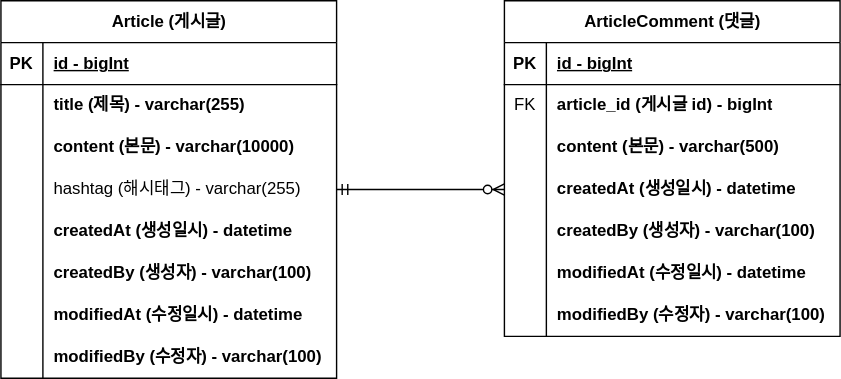
Earlier version of the draw.io export document/project-board-erd.svg (Jung-ji-hyeon/project-board). Source tidied: cells renumbered, new cells last; positions are measured from the earlier drawing's top-left corner, leaving out a move shared by most shapes.
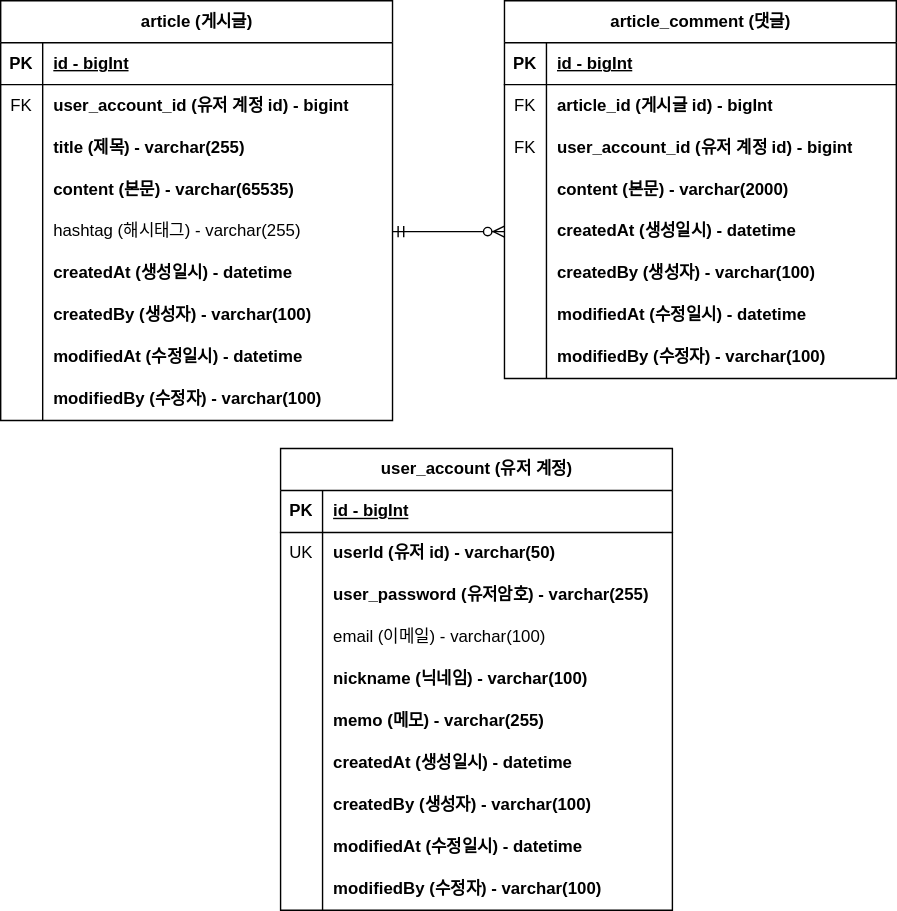
The same file after the commit.

Change to the diagram source:
```diff
@@ -4,7 +4,7 @@
     <mxCell id="1" parent="0" />
-    <mxCell id="2" value="Article (게시글)" style="shape=table;startSize=30;rowLines=0;fontStyle=1;align=center;html=1;" parent="1" vertex="1">
-      <mxGeometry width="240" height="270" as="geometry" />
+    <mxCell id="2" value="article (게시글)" style="shape=table;startSize=30;rowLines=0;fontStyle=1;align=center;html=1;" parent="1" vertex="1">
+      <mxGeometry width="280" height="300" as="geometry" />
     </mxCell>
     <mxCell id="3" style="shape=tableRow;horizontal=0;startSize=0;swimlaneHead=0;swimlaneBody=0;fillColor=none;top=0;left=0;right=0;bottom=1;" parent="2" vertex="1">
-      <mxGeometry y="30" width="240" height="30" as="geometry" />
+      <mxGeometry y="30" width="280" height="30" as="geometry" />
     </mxCell>
@@ -14,15 +14,24 @@
     <mxCell id="5" value="id - bigInt" style="shape=partialRectangle;fillColor=none;top=0;left=0;bottom=0;right=0;align=left;spacingLeft=6;fontStyle=5;overflow=hidden;whiteSpace=wrap;html=1;" parent="3" vertex="1">
-      <mxGeometry x="30" width="210" height="30" as="geometry" />
+      <mxGeometry x="30" width="250" height="30" as="geometry" />
     </mxCell>
     <mxCell id="6" style="shape=tableRow;horizontal=0;startSize=0;swimlaneHead=0;swimlaneBody=0;fillColor=none;top=0;left=0;right=0;bottom=0;" parent="2" vertex="1">
-      <mxGeometry y="60" width="240" height="30" as="geometry" />
+      <mxGeometry y="60" width="280" height="30" as="geometry" />
     </mxCell>
-    <mxCell id="7" style="shape=partialRectangle;fillColor=none;top=0;left=0;bottom=0;right=0;overflow=hidden;whiteSpace=wrap;html=1;" parent="6" vertex="1">
+    <mxCell id="7" value="FK" style="shape=partialRectangle;fillColor=none;top=0;left=0;bottom=0;right=0;overflow=hidden;whiteSpace=wrap;html=1;" parent="6" vertex="1">
       <mxGeometry width="30" height="30" as="geometry" />
     </mxCell>
-    <mxCell id="8" value="title (제목) - varchar(255)" style="shape=partialRectangle;fillColor=none;top=0;left=0;bottom=0;right=0;align=left;spacingLeft=6;overflow=hidden;whiteSpace=wrap;html=1;fontStyle=1;" parent="6" vertex="1">
-      <mxGeometry x="30" width="210" height="30" as="geometry" />
+    <mxCell id="8" value="user_account_id (유저 계정 id) - bigint" style="shape=partialRectangle;fillColor=none;top=0;left=0;bottom=0;right=0;align=left;spacingLeft=6;overflow=hidden;whiteSpace=wrap;html=1;fontStyle=1;" parent="6" vertex="1">
+      <mxGeometry x="30" width="250" height="30" as="geometry" />
     </mxCell>
+    <mxCell id="50" style="shape=tableRow;horizontal=0;startSize=0;swimlaneHead=0;swimlaneBody=0;fillColor=none;top=0;left=0;right=0;bottom=0;" parent="2" vertex="1">
+      <mxGeometry y="90" width="280" height="30" as="geometry" />
+    </mxCell>
+    <mxCell id="51" style="shape=partialRectangle;fillColor=none;top=0;left=0;bottom=0;right=0;overflow=hidden;whiteSpace=wrap;html=1;" parent="50" vertex="1">
+      <mxGeometry width="30" height="30" as="geometry" />
+    </mxCell>
+    <mxCell id="52" value="title (제목) - varchar(255)" style="shape=partialRectangle;fillColor=none;top=0;left=0;bottom=0;right=0;align=left;spacingLeft=6;overflow=hidden;whiteSpace=wrap;html=1;fontStyle=1;" parent="50" vertex="1">
+      <mxGeometry x="30" width="250" height="30" as="geometry" />
+    </mxCell>
     <mxCell id="9" style="shape=tableRow;horizontal=0;startSize=0;swimlaneHead=0;swimlaneBody=0;fillColor=none;top=0;left=0;right=0;bottom=0;" parent="2" vertex="1">
-      <mxGeometry y="90" width="240" height="30" as="geometry" />
+      <mxGeometry y="120" width="280" height="30" as="geometry" />
     </mxCell>
@@ -31,7 +40,7 @@
     </mxCell>
-    <mxCell id="11" value="content (본문) - varchar(10000)" style="shape=partialRectangle;fillColor=none;top=0;left=0;bottom=0;right=0;align=left;spacingLeft=6;overflow=hidden;whiteSpace=wrap;html=1;fontStyle=1;" parent="9" vertex="1">
-      <mxGeometry x="30" width="210" height="30" as="geometry" />
+    <mxCell id="11" value="content (본문) - varchar(65535)" style="shape=partialRectangle;fillColor=none;top=0;left=0;bottom=0;right=0;align=left;spacingLeft=6;overflow=hidden;whiteSpace=wrap;html=1;fontStyle=1;" parent="9" vertex="1">
+      <mxGeometry x="30" width="250" height="30" as="geometry" />
     </mxCell>
     <mxCell id="12" style="shape=tableRow;horizontal=0;startSize=0;swimlaneHead=0;swimlaneBody=0;fillColor=none;points=[[0,0.5],[1,0.5]];portConstraint=eastwest;top=0;left=0;right=0;bottom=0;" parent="2" vertex="1">
-      <mxGeometry y="120" width="240" height="30" as="geometry" />
+      <mxGeometry y="150" width="280" height="30" as="geometry" />
     </mxCell>
@@ -41,6 +50,6 @@
     <mxCell id="14" value="hashtag (해시태그) - varchar(255)" style="shape=partialRectangle;fillColor=none;top=0;left=0;bottom=0;right=0;align=left;spacingLeft=6;overflow=hidden;whiteSpace=wrap;html=1;" parent="12" vertex="1">
-      <mxGeometry x="30" width="210" height="30" as="geometry" />
+      <mxGeometry x="30" width="250" height="30" as="geometry" />
     </mxCell>
     <mxCell id="15" style="shape=tableRow;horizontal=0;startSize=0;swimlaneHead=0;swimlaneBody=0;fillColor=none;top=0;left=0;right=0;bottom=0;" parent="2" vertex="1">
-      <mxGeometry y="150" width="240" height="30" as="geometry" />
+      <mxGeometry y="180" width="280" height="30" as="geometry" />
     </mxCell>
@@ -50,6 +59,6 @@
     <mxCell id="17" value="createdAt (생성일시) - datetime" style="shape=partialRectangle;fillColor=none;top=0;left=0;bottom=0;right=0;align=left;spacingLeft=6;overflow=hidden;whiteSpace=wrap;html=1;fontStyle=1;" parent="15" vertex="1">
-      <mxGeometry x="30" width="210" height="30" as="geometry" />
+      <mxGeometry x="30" width="250" height="30" as="geometry" />
     </mxCell>
     <mxCell id="18" style="shape=tableRow;horizontal=0;startSize=0;swimlaneHead=0;swimlaneBody=0;fillColor=none;top=0;left=0;right=0;bottom=0;" parent="2" vertex="1">
-      <mxGeometry y="180" width="240" height="30" as="geometry" />
+      <mxGeometry y="210" width="280" height="30" as="geometry" />
     </mxCell>
@@ -59,6 +68,6 @@
     <mxCell id="20" value="createdBy (생성자) - varchar(100)" style="shape=partialRectangle;fillColor=none;top=0;left=0;bottom=0;right=0;align=left;spacingLeft=6;overflow=hidden;whiteSpace=wrap;html=1;fontStyle=1;" parent="18" vertex="1">
-      <mxGeometry x="30" width="210" height="30" as="geometry" />
+      <mxGeometry x="30" width="250" height="30" as="geometry" />
     </mxCell>
     <mxCell id="21" style="shape=tableRow;horizontal=0;startSize=0;swimlaneHead=0;swimlaneBody=0;fillColor=none;top=0;left=0;right=0;bottom=0;" parent="2" vertex="1">
-      <mxGeometry y="210" width="240" height="30" as="geometry" />
+      <mxGeometry y="240" width="280" height="30" as="geometry" />
     </mxCell>
@@ -68,6 +77,6 @@
     <mxCell id="23" value="modifiedAt (수정일시) - datetime" style="shape=partialRectangle;fillColor=none;top=0;left=0;bottom=0;right=0;align=left;spacingLeft=6;overflow=hidden;whiteSpace=wrap;html=1;fontStyle=1;" parent="21" vertex="1">
-      <mxGeometry x="30" width="210" height="30" as="geometry" />
+      <mxGeometry x="30" width="250" height="30" as="geometry" />
     </mxCell>
     <mxCell id="24" style="shape=tableRow;horizontal=0;startSize=0;swimlaneHead=0;swimlaneBody=0;fillColor=none;top=0;left=0;right=0;bottom=0;" parent="2" vertex="1">
-      <mxGeometry y="240" width="240" height="30" as="geometry" />
+      <mxGeometry y="270" width="280" height="30" as="geometry" />
     </mxCell>
@@ -77,9 +86,9 @@
     <mxCell id="26" value="modifiedBy (수정자) - varchar(100)" style="shape=partialRectangle;fillColor=none;top=0;left=0;bottom=0;right=0;align=left;spacingLeft=6;overflow=hidden;whiteSpace=wrap;html=1;fontStyle=1;" parent="24" vertex="1">
-      <mxGeometry x="30" width="210" height="30" as="geometry" />
+      <mxGeometry x="30" width="250" height="30" as="geometry" />
     </mxCell>
-    <mxCell id="27" value="ArticleComment (댓글)" style="shape=table;startSize=30;rowLines=0;fontStyle=1;align=center;html=1;" parent="1" vertex="1">
-      <mxGeometry x="360" width="240" height="240" as="geometry" />
+    <mxCell id="27" value="article_comment (댓글)" style="shape=table;startSize=30;rowLines=0;fontStyle=1;align=center;html=1;" parent="1" vertex="1">
+      <mxGeometry x="360" width="280" height="270" as="geometry" />
     </mxCell>
     <mxCell id="28" style="shape=tableRow;horizontal=0;startSize=0;swimlaneHead=0;swimlaneBody=0;fillColor=none;top=0;left=0;right=0;bottom=1;" parent="27" vertex="1">
-      <mxGeometry y="30" width="240" height="30" as="geometry" />
+      <mxGeometry y="30" width="280" height="30" as="geometry" />
     </mxCell>
@@ -89,6 +98,6 @@
     <mxCell id="30" value="id - bigInt" style="shape=partialRectangle;fillColor=none;top=0;left=0;bottom=0;right=0;align=left;spacingLeft=6;fontStyle=5;overflow=hidden;whiteSpace=wrap;html=1;" parent="28" vertex="1">
-      <mxGeometry x="30" width="210" height="30" as="geometry" />
+      <mxGeometry x="30" width="250" height="30" as="geometry" />
     </mxCell>
     <mxCell id="31" style="shape=tableRow;horizontal=0;startSize=0;swimlaneHead=0;swimlaneBody=0;fillColor=none;top=0;left=0;right=0;bottom=0;" parent="27" vertex="1">
-      <mxGeometry y="60" width="240" height="30" as="geometry" />
+      <mxGeometry y="60" width="280" height="30" as="geometry" />
     </mxCell>
@@ -98,6 +107,15 @@
     <mxCell id="33" value="article_id (게시글 id) - bigInt" style="shape=partialRectangle;fillColor=none;top=0;left=0;bottom=0;right=0;align=left;spacingLeft=6;overflow=hidden;whiteSpace=wrap;html=1;fontStyle=1;" parent="31" vertex="1">
-      <mxGeometry x="30" width="210" height="30" as="geometry" />
+      <mxGeometry x="30" width="250" height="30" as="geometry" />
     </mxCell>
+    <mxCell id="53" style="shape=tableRow;horizontal=0;startSize=0;swimlaneHead=0;swimlaneBody=0;fillColor=none;top=0;left=0;right=0;bottom=0;" parent="27" vertex="1">
+      <mxGeometry y="90" width="280" height="30" as="geometry" />
+    </mxCell>
+    <mxCell id="54" value="FK" style="shape=partialRectangle;fillColor=none;top=0;left=0;bottom=0;right=0;overflow=hidden;whiteSpace=wrap;html=1;" parent="53" vertex="1">
+      <mxGeometry width="30" height="30" as="geometry" />
+    </mxCell>
+    <mxCell id="55" value="user_account_id (유저 계정 id) - bigint" style="shape=partialRectangle;fillColor=none;top=0;left=0;bottom=0;right=0;align=left;spacingLeft=6;overflow=hidden;whiteSpace=wrap;html=1;fontStyle=1;" parent="53" vertex="1">
+      <mxGeometry x="30" width="250" height="30" as="geometry" />
+    </mxCell>
     <mxCell id="34" style="shape=tableRow;horizontal=0;startSize=0;swimlaneHead=0;swimlaneBody=0;fillColor=none;top=0;left=0;right=0;bottom=0;" parent="27" vertex="1">
-      <mxGeometry y="90" width="240" height="30" as="geometry" />
+      <mxGeometry y="120" width="280" height="30" as="geometry" />
     </mxCell>
@@ -106,7 +124,7 @@
     </mxCell>
-    <mxCell id="36" value="content (본문) - varchar(500)" style="shape=partialRectangle;fillColor=none;top=0;left=0;bottom=0;right=0;align=left;spacingLeft=6;overflow=hidden;whiteSpace=wrap;html=1;fontStyle=1;" parent="34" vertex="1">
-      <mxGeometry x="30" width="210" height="30" as="geometry" />
+    <mxCell id="36" value="content (본문) - varchar(2000)" style="shape=partialRectangle;fillColor=none;top=0;left=0;bottom=0;right=0;align=left;spacingLeft=6;overflow=hidden;whiteSpace=wrap;html=1;fontStyle=1;" parent="34" vertex="1">
+      <mxGeometry x="30" width="250" height="30" as="geometry" />
     </mxCell>
     <mxCell id="37" style="shape=tableRow;horizontal=0;startSize=0;swimlaneHead=0;swimlaneBody=0;fillColor=none;points=[[0,0.5],[1,0.5]];portConstraint=eastwest;top=0;left=0;right=0;bottom=0;" parent="27" vertex="1">
-      <mxGeometry y="120" width="240" height="30" as="geometry" />
+      <mxGeometry y="150" width="280" height="30" as="geometry" />
     </mxCell>
@@ -116,6 +134,6 @@
     <mxCell id="39" value="createdAt (생성일시) - datetime" style="shape=partialRectangle;fillColor=none;top=0;left=0;bottom=0;right=0;align=left;spacingLeft=6;overflow=hidden;whiteSpace=wrap;html=1;fontStyle=1;" parent="37" vertex="1">
-      <mxGeometry x="30" width="210" height="30" as="geometry" />
+      <mxGeometry x="30" width="250" height="30" as="geometry" />
     </mxCell>
     <mxCell id="40" style="shape=tableRow;horizontal=0;startSize=0;swimlaneHead=0;swimlaneBody=0;fillColor=none;top=0;left=0;right=0;bottom=0;" parent="27" vertex="1">
-      <mxGeometry y="150" width="240" height="30" as="geometry" />
+      <mxGeometry y="180" width="280" height="30" as="geometry" />
     </mxCell>
@@ -125,6 +143,6 @@
     <mxCell id="42" value="createdBy (생성자) - varchar(100)" style="shape=partialRectangle;fillColor=none;top=0;left=0;bottom=0;right=0;align=left;spacingLeft=6;overflow=hidden;whiteSpace=wrap;html=1;fontStyle=1;" parent="40" vertex="1">
-      <mxGeometry x="30" width="210" height="30" as="geometry" />
+      <mxGeometry x="30" width="250" height="30" as="geometry" />
     </mxCell>
     <mxCell id="43" style="shape=tableRow;horizontal=0;startSize=0;swimlaneHead=0;swimlaneBody=0;fillColor=none;top=0;left=0;right=0;bottom=0;" parent="27" vertex="1">
-      <mxGeometry y="180" width="240" height="30" as="geometry" />
+      <mxGeometry y="210" width="280" height="30" as="geometry" />
     </mxCell>
@@ -134,6 +152,6 @@
     <mxCell id="45" value="modifiedAt (수정일시) - datetime" style="shape=partialRectangle;fillColor=none;top=0;left=0;bottom=0;right=0;align=left;spacingLeft=6;overflow=hidden;whiteSpace=wrap;html=1;fontStyle=1;" parent="43" vertex="1">
-      <mxGeometry x="30" width="210" height="30" as="geometry" />
+      <mxGeometry x="30" width="250" height="30" as="geometry" />
     </mxCell>
     <mxCell id="46" style="shape=tableRow;horizontal=0;startSize=0;swimlaneHead=0;swimlaneBody=0;fillColor=none;top=0;left=0;right=0;bottom=0;" parent="27" vertex="1">
-      <mxGeometry y="210" width="240" height="30" as="geometry" />
+      <mxGeometry y="240" width="280" height="30" as="geometry" />
     </mxCell>
@@ -143,3 +161,3 @@
     <mxCell id="48" value="modifiedBy (수정자) - varchar(100)" style="shape=partialRectangle;fillColor=none;top=0;left=0;bottom=0;right=0;align=left;spacingLeft=6;overflow=hidden;whiteSpace=wrap;html=1;fontStyle=1;" parent="46" vertex="1">
-      <mxGeometry x="30" width="210" height="30" as="geometry" />
+      <mxGeometry x="30" width="250" height="30" as="geometry" />
     </mxCell>
@@ -148,2 +166,95 @@
     </mxCell>
+    <mxCell id="56" value="user_account (유저 계정)" style="shape=table;startSize=30;rowLines=0;fontStyle=1;align=center;html=1;" parent="1" vertex="1">
+      <mxGeometry x="200" y="320" width="280" height="330" as="geometry" />
+    </mxCell>
+    <mxCell id="57" style="shape=tableRow;horizontal=0;startSize=0;swimlaneHead=0;swimlaneBody=0;fillColor=none;top=0;left=0;right=0;bottom=1;" parent="56" vertex="1">
+      <mxGeometry y="30" width="280" height="30" as="geometry" />
+    </mxCell>
+    <mxCell id="58" value="PK" style="shape=partialRectangle;fillColor=none;top=0;left=0;bottom=0;right=0;fontStyle=1;overflow=hidden;whiteSpace=wrap;html=1;" parent="57" vertex="1">
+      <mxGeometry width="30" height="30" as="geometry" />
+    </mxCell>
+    <mxCell id="59" value="id - bigInt" style="shape=partialRectangle;fillColor=none;top=0;left=0;bottom=0;right=0;align=left;spacingLeft=6;fontStyle=5;overflow=hidden;whiteSpace=wrap;html=1;" parent="57" vertex="1">
+      <mxGeometry x="30" width="250" height="30" as="geometry" />
+    </mxCell>
+    <mxCell id="60" style="shape=tableRow;horizontal=0;startSize=0;swimlaneHead=0;swimlaneBody=0;fillColor=none;top=0;left=0;right=0;bottom=0;" parent="56" vertex="1">
+      <mxGeometry y="60" width="280" height="30" as="geometry" />
+    </mxCell>
+    <mxCell id="61" value="UK" style="shape=partialRectangle;fillColor=none;top=0;left=0;bottom=0;right=0;overflow=hidden;whiteSpace=wrap;html=1;" parent="60" vertex="1">
+      <mxGeometry width="30" height="30" as="geometry" />
+    </mxCell>
+    <mxCell id="62" value="userId (유저 id) - varchar(50)" style="shape=partialRectangle;fillColor=none;top=0;left=0;bottom=0;right=0;align=left;spacingLeft=6;overflow=hidden;whiteSpace=wrap;html=1;fontStyle=1;" parent="60" vertex="1">
+      <mxGeometry x="30" width="250" height="30" as="geometry" />
+    </mxCell>
+    <mxCell id="63" style="shape=tableRow;horizontal=0;startSize=0;swimlaneHead=0;swimlaneBody=0;fillColor=none;top=0;left=0;right=0;bottom=0;" parent="56" vertex="1">
+      <mxGeometry y="90" width="280" height="30" as="geometry" />
+    </mxCell>
+    <mxCell id="64" style="shape=partialRectangle;fillColor=none;top=0;left=0;bottom=0;right=0;overflow=hidden;whiteSpace=wrap;html=1;" parent="63" vertex="1">
+      <mxGeometry width="30" height="30" as="geometry" />
+    </mxCell>
+    <mxCell id="65" value="user_password (유저암호) - varchar(255)" style="shape=partialRectangle;fillColor=none;top=0;left=0;bottom=0;right=0;align=left;spacingLeft=6;overflow=hidden;whiteSpace=wrap;html=1;fontStyle=1;" parent="63" vertex="1">
+      <mxGeometry x="30" width="250" height="30" as="geometry" />
+    </mxCell>
+    <mxCell id="66" style="shape=tableRow;horizontal=0;startSize=0;swimlaneHead=0;swimlaneBody=0;fillColor=none;top=0;left=0;right=0;bottom=0;" parent="56" vertex="1">
+      <mxGeometry y="120" width="280" height="30" as="geometry" />
+    </mxCell>
+    <mxCell id="67" style="shape=partialRectangle;fillColor=none;top=0;left=0;bottom=0;right=0;overflow=hidden;whiteSpace=wrap;html=1;" parent="66" vertex="1">
+      <mxGeometry width="30" height="30" as="geometry" />
+    </mxCell>
+    <mxCell id="68" value="email (이메일) - varchar(100)" style="shape=partialRectangle;fillColor=none;top=0;left=0;bottom=0;right=0;align=left;spacingLeft=6;overflow=hidden;whiteSpace=wrap;html=1;" parent="66" vertex="1">
+      <mxGeometry x="30" width="250" height="30" as="geometry" />
+    </mxCell>
+    <mxCell id="69" style="shape=tableRow;horizontal=0;startSize=0;swimlaneHead=0;swimlaneBody=0;fillColor=none;top=0;left=0;right=0;bottom=0;" parent="56" vertex="1">
+      <mxGeometry y="150" width="280" height="30" as="geometry" />
+    </mxCell>
+    <mxCell id="70" style="shape=partialRectangle;fillColor=none;top=0;left=0;bottom=0;right=0;overflow=hidden;whiteSpace=wrap;html=1;" parent="69" vertex="1">
+      <mxGeometry width="30" height="30" as="geometry" />
+    </mxCell>
+    <mxCell id="71" value="nickname (닉네임) - varchar(100)" style="shape=partialRectangle;fillColor=none;top=0;left=0;bottom=0;right=0;align=left;spacingLeft=6;overflow=hidden;whiteSpace=wrap;html=1;fontStyle=1;" parent="69" vertex="1">
+      <mxGeometry x="30" width="250" height="30" as="geometry" />
+    </mxCell>
+    <mxCell id="72" style="shape=tableRow;horizontal=0;startSize=0;swimlaneHead=0;swimlaneBody=0;fillColor=none;top=0;left=0;right=0;bottom=0;" parent="56" vertex="1">
+      <mxGeometry y="180" width="280" height="30" as="geometry" />
+    </mxCell>
+    <mxCell id="73" style="shape=partialRectangle;fillColor=none;top=0;left=0;bottom=0;right=0;overflow=hidden;whiteSpace=wrap;html=1;" parent="72" vertex="1">
+      <mxGeometry width="30" height="30" as="geometry" />
+    </mxCell>
+    <mxCell id="74" value="memo (메모) - varchar(255)" style="shape=partialRectangle;fillColor=none;top=0;left=0;bottom=0;right=0;align=left;spacingLeft=6;overflow=hidden;whiteSpace=wrap;html=1;fontStyle=1;" parent="72" vertex="1">
+      <mxGeometry x="30" width="250" height="30" as="geometry" />
+    </mxCell>
+    <mxCell id="75" style="shape=tableRow;horizontal=0;startSize=0;swimlaneHead=0;swimlaneBody=0;fillColor=none;top=0;left=0;right=0;bottom=0;" parent="56" vertex="1">
+      <mxGeometry y="210" width="280" height="30" as="geometry" />
+    </mxCell>
+    <mxCell id="76" style="shape=partialRectangle;fillColor=none;top=0;left=0;bottom=0;right=0;overflow=hidden;whiteSpace=wrap;html=1;" parent="75" vertex="1">
+      <mxGeometry width="30" height="30" as="geometry" />
+    </mxCell>
+    <mxCell id="77" value="createdAt (생성일시) - datetime" style="shape=partialRectangle;fillColor=none;top=0;left=0;bottom=0;right=0;align=left;spacingLeft=6;overflow=hidden;whiteSpace=wrap;html=1;fontStyle=1;" parent="75" vertex="1">
+      <mxGeometry x="30" width="250" height="30" as="geometry" />
+    </mxCell>
+    <mxCell id="78" style="shape=tableRow;horizontal=0;startSize=0;swimlaneHead=0;swimlaneBody=0;fillColor=none;top=0;left=0;right=0;bottom=0;" parent="56" vertex="1">
+      <mxGeometry y="240" width="280" height="30" as="geometry" />
+    </mxCell>
+    <mxCell id="79" style="shape=partialRectangle;fillColor=none;top=0;left=0;bottom=0;right=0;overflow=hidden;whiteSpace=wrap;html=1;" parent="78" vertex="1">
+      <mxGeometry width="30" height="30" as="geometry" />
+    </mxCell>
+    <mxCell id="80" value="createdBy (생성자) - varchar(100)" style="shape=partialRectangle;fillColor=none;top=0;left=0;bottom=0;right=0;align=left;spacingLeft=6;overflow=hidden;whiteSpace=wrap;html=1;fontStyle=1;" parent="78" vertex="1">
+      <mxGeometry x="30" width="250" height="30" as="geometry" />
+    </mxCell>
+    <mxCell id="81" style="shape=tableRow;horizontal=0;startSize=0;swimlaneHead=0;swimlaneBody=0;fillColor=none;top=0;left=0;right=0;bottom=0;" parent="56" vertex="1">
+      <mxGeometry y="270" width="280" height="30" as="geometry" />
+    </mxCell>
+    <mxCell id="82" style="shape=partialRectangle;fillColor=none;top=0;left=0;bottom=0;right=0;overflow=hidden;whiteSpace=wrap;html=1;" parent="81" vertex="1">
+      <mxGeometry width="30" height="30" as="geometry" />
+    </mxCell>
+    <mxCell id="83" value="modifiedAt (수정일시) - datetime" style="shape=partialRectangle;fillColor=none;top=0;left=0;bottom=0;right=0;align=left;spacingLeft=6;overflow=hidden;whiteSpace=wrap;html=1;fontStyle=1;" parent="81" vertex="1">
+      <mxGeometry x="30" width="250" height="30" as="geometry" />
+    </mxCell>
+    <mxCell id="84" style="shape=tableRow;horizontal=0;startSize=0;swimlaneHead=0;swimlaneBody=0;fillColor=none;top=0;left=0;right=0;bottom=0;" parent="56" vertex="1">
+      <mxGeometry y="300" width="280" height="30" as="geometry" />
+    </mxCell>
+    <mxCell id="85" style="shape=partialRectangle;fillColor=none;top=0;left=0;bottom=0;right=0;overflow=hidden;whiteSpace=wrap;html=1;" parent="84" vertex="1">
+      <mxGeometry width="30" height="30" as="geometry" />
+    </mxCell>
+    <mxCell id="86" value="modifiedBy (수정자) - varchar(100)" style="shape=partialRectangle;fillColor=none;top=0;left=0;bottom=0;right=0;align=left;spacingLeft=6;overflow=hidden;whiteSpace=wrap;html=1;fontStyle=1;" parent="84" vertex="1">
+      <mxGeometry x="30" width="250" height="30" as="geometry" />
+    </mxCell>
   </root>
```
